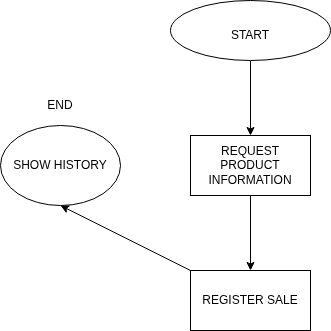
The draw.io diagram Diagrama.drawio.png in lLuyss123/User_Storys, before a commit. Source tidied: cells renumbered, new cells last; positions are measured from the earlier drawing's top-left corner, leaving out a move shared by most shapes.
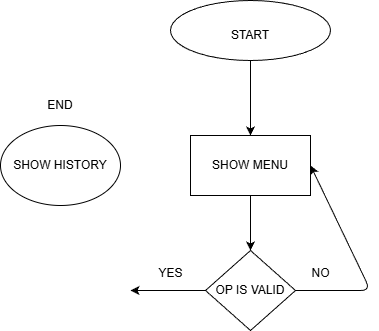
The same file after the commit.

Diff of the diagram source:
```diff
@@ -8,12 +8,6 @@
     <mxCell id="3" style="ellipse;whiteSpace=wrap;html=1;" parent="1" vertex="1">
       <mxGeometry x="170" width="160" height="60" as="geometry" />
     </mxCell>
-    <mxCell id="4" style="edgeStyle=none;html=1;entryX=0.5;entryY=1;entryDx=0;entryDy=0;" parent="1" edge="1" source="5" target="6">
-      <mxGeometry relative="1" as="geometry" />
-    </mxCell>
-    <mxCell id="5" value="&lt;p&gt;REGISTER SALE&lt;/p&gt;" style="rounded=0;whiteSpace=wrap;html=1;" parent="1" vertex="1">
-      <mxGeometry x="190" y="270" width="120" height="60" as="geometry" />
-    </mxCell>
     <mxCell id="6" value="&lt;p&gt;SHOW HISTORY&lt;/p&gt;" style="ellipse;whiteSpace=wrap;html=1;" parent="1" vertex="1">
       <mxGeometry y="125" width="120" height="80" as="geometry" />
     </mxCell>
@@ -23,11 +17,32 @@
     <mxCell id="8" value="END" style="text;html=1;whiteSpace=wrap;strokeColor=none;fillColor=none;align=center;verticalAlign=middle;rounded=0;" parent="1" vertex="1">
       <mxGeometry x="30" y="90" width="60" height="30" as="geometry" />
     </mxCell>
-    <mxCell id="9" style="edgeStyle=orthogonalEdgeStyle;rounded=0;jettySize=auto;html=1;entryX=0.5;entryY=0;entryDx=0;entryDy=0;" parent="1" edge="1" source="10" target="5">
+    <mxCell id="9" style="edgeStyle=orthogonalEdgeStyle;rounded=0;jettySize=auto;html=1;entryX=0.5;entryY=0;entryDx=0;entryDy=0;" parent="1" edge="1" source="10" target="4">
       <mxGeometry relative="1" as="geometry" />
     </mxCell>
-    <mxCell id="10" value="REQUEST PRODUCT INFORMATION" style="rounded=0;whiteSpace=wrap;html=1;" parent="1" vertex="1">
+    <mxCell id="10" value="SHOW MENU" style="rounded=0;whiteSpace=wrap;html=1;" parent="1" vertex="1">
       <mxGeometry x="190" y="135" width="120" height="60" as="geometry" />
     </mxCell>
+    <mxCell id="11" style="edgeStyle=none;html=1;exitX=0;exitY=0.5;exitDx=0;exitDy=0;" parent="1" edge="1" source="4">
+      <mxGeometry relative="1" as="geometry">
+        <mxPoint x="130" y="290" as="targetPoint" />
+      </mxGeometry>
+    </mxCell>
+    <mxCell id="12" style="edgeStyle=none;html=1;exitX=1;exitY=0.5;exitDx=0;exitDy=0;entryX=1;entryY=0.5;entryDx=0;entryDy=0;" parent="1" edge="1" source="4" target="10">
+      <mxGeometry relative="1" as="geometry">
+        <Array as="points">
+          <mxPoint x="370" y="290" />
+        </Array>
+      </mxGeometry>
+    </mxCell>
+    <mxCell id="4" value="OP IS VALID" style="rhombus;whiteSpace=wrap;html=1;" parent="1" vertex="1">
+      <mxGeometry x="205" y="250" width="90" height="80" as="geometry" />
+    </mxCell>
+    <mxCell id="13" value="NO" style="text;html=1;align=center;verticalAlign=middle;strokeColor=none;fillColor=none;" parent="1" vertex="1">
+      <mxGeometry x="300" y="258" width="40" height="30" as="geometry" />
+    </mxCell>
+    <mxCell id="14" value="YES" style="text;html=1;align=center;verticalAlign=middle;strokeColor=none;fillColor=none;" parent="1" vertex="1">
+      <mxGeometry x="145" y="258" width="50" height="30" as="geometry" />
+    </mxCell>
   </root>
 </mxGraphModel>
```
